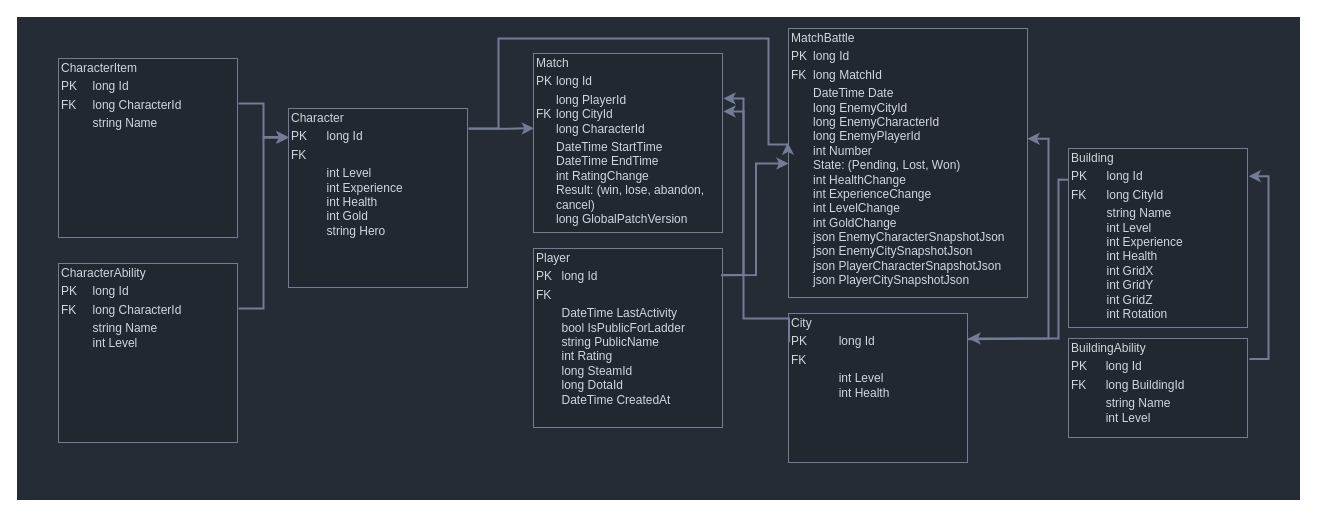
Earlier version of the draw.io diagram Documentation/db.drawio (roekws/PlayerService). Source tidied: cells renumbered, new cells numbered last; positions are measured from the earlier drawing's top-left corner, leaving out a move shared by most shapes. Both pictures are drawn from the tidied source at 100%, with x=0, y=0 at pixel (18, 18).
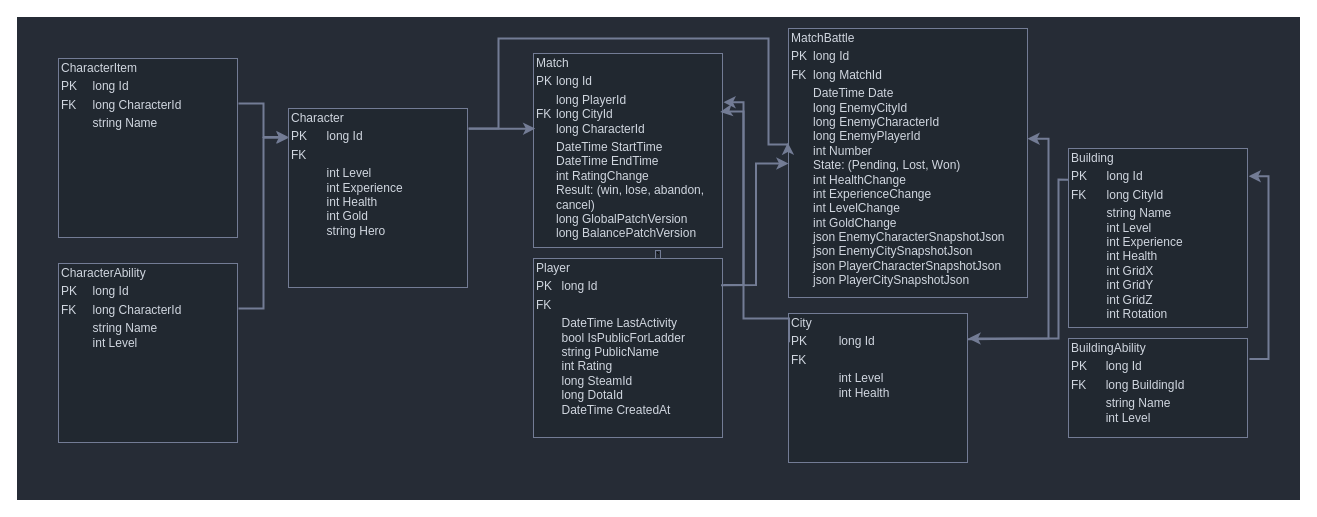
The same diagram, later.

Commit message (it also covers changes not shown here):
Added BalancePatchVersion to Match

Unchanged cells that the change refers to:
```xml
<mxCell id="6" value="&lt;div style=&quot;box-sizing: border-box; width: 100%; background-position: 0% 0%; background-repeat: repeat; background-attachment: scroll; background-image: none; background-size: auto; background-origin: padding-box; background-clip: border-box; padding: 2px;&quot;&gt;Character&lt;/div&gt;&lt;table style=&quot;width:100%;font-size:1em;&quot; cellpadding=&quot;2&quot; cellspacing=&quot;0&quot;&gt;&lt;tbody&gt;&lt;tr&gt;&lt;td&gt;PK&lt;/td&gt;&lt;td&gt;long Id&lt;/td&gt;&lt;/tr&gt;&lt;tr&gt;&lt;td&gt;FK&lt;/td&gt;&lt;td&gt;&lt;br&gt;&lt;/td&gt;&lt;/tr&gt;&lt;tr&gt;&lt;td&gt;&lt;br&gt;&lt;/td&gt;&lt;td&gt;int Level&lt;br&gt;int Experience&lt;br&gt;int Health&lt;br&gt;int Gold&lt;br&gt;string Hero&lt;/td&gt;&lt;/tr&gt;&lt;/tbody&gt;&lt;/table&gt;" style="verticalAlign=top;align=left;overflow=fill;html=1;whiteSpace=wrap;fontColor=#D1D7E0;labelBackgroundColor=#212830;labelBorderColor=#737C95;strokeColor=none;strokeWidth=2;fillColor=none;" parent="1" vertex="1">
  <mxGeometry x="270" y="90" width="180" height="180" as="geometry" />
</mxCell>
<mxCell id="11" value="&lt;div style=&quot;box-sizing: border-box; width: 100%; background-position: 0% 0%; background-repeat: repeat; background-attachment: scroll; background-image: none; background-size: auto; background-origin: padding-box; background-clip: border-box; padding: 2px;&quot;&gt;City&lt;/div&gt;&lt;table style=&quot;width:100%;font-size:1em;&quot; cellpadding=&quot;2&quot; cellspacing=&quot;0&quot;&gt;&lt;tbody&gt;&lt;tr&gt;&lt;td&gt;PK&lt;/td&gt;&lt;td&gt;long Id&lt;/td&gt;&lt;/tr&gt;&lt;tr&gt;&lt;td&gt;FK&lt;/td&gt;&lt;td&gt;&lt;br&gt;&lt;/td&gt;&lt;/tr&gt;&lt;tr&gt;&lt;td&gt;&lt;br&gt;&lt;/td&gt;&lt;td&gt;int Level&lt;br&gt;int Health&lt;/td&gt;&lt;/tr&gt;&lt;/tbody&gt;&lt;/table&gt;" style="verticalAlign=top;align=left;overflow=fill;html=1;whiteSpace=wrap;fontColor=#D1D7E0;labelBackgroundColor=#212830;labelBorderColor=#737C95;strokeColor=none;strokeWidth=2;fillColor=none;" parent="1" vertex="1">
  <mxGeometry x="770" y="295" width="180" height="150" as="geometry" />
</mxCell>
```

What changed in the source:
```diff
@@
     <mxCell id="3" value="&lt;div style=&quot;box-sizing: border-box; width: 100%; background-position: 0% 0%; background-repeat: repeat; background-attachment: scroll; background-image: none; background-size: auto; background-origin: padding-box; background-clip: border-box; padding: 2px;&quot;&gt;Player&lt;/div&gt;&lt;table style=&quot;width:100%;font-size:1em;&quot; cellpadding=&quot;2&quot; cellspacing=&quot;0&quot;&gt;&lt;tbody&gt;&lt;tr&gt;&lt;td&gt;PK&lt;/td&gt;&lt;td&gt;long Id&lt;/td&gt;&lt;/tr&gt;&lt;tr&gt;&lt;td&gt;FK&lt;/td&gt;&lt;td&gt;&lt;br&gt;&lt;/td&gt;&lt;/tr&gt;&lt;tr&gt;&lt;td&gt;&lt;br&gt;&lt;/td&gt;&lt;td&gt;DateTime LastActivity&lt;br&gt;bool IsPublicForLadder&lt;br&gt;string PublicName&lt;br&gt;int Rating&lt;br&gt;long SteamId&lt;br&gt;long DotaId&lt;br&gt;DateTime CreatedAt&lt;/td&gt;&lt;/tr&gt;&lt;/tbody&gt;&lt;/table&gt;" style="verticalAlign=top;align=left;overflow=fill;html=1;whiteSpace=wrap;fontColor=#D1D7E0;labelBackgroundColor=#212830;labelBorderColor=#737C95;strokeColor=none;strokeWidth=2;fillColor=none;" parent="1" vertex="1">
-      <mxGeometry x="515" y="230" width="190" height="180" as="geometry" />
+      <mxGeometry x="515" y="240" width="190" height="180" as="geometry" />
     </mxCell>
-    <mxCell id="4" value="&lt;div style=&quot;box-sizing: border-box; width: 100%; background-position: 0% 0%; background-repeat: repeat; background-attachment: scroll; background-image: none; background-size: auto; background-origin: padding-box; background-clip: border-box; padding: 2px;&quot;&gt;Match&lt;/div&gt;&lt;table style=&quot;width:100%;font-size:1em;&quot; cellpadding=&quot;2&quot; cellspacing=&quot;0&quot;&gt;&lt;tbody&gt;&lt;tr&gt;&lt;td&gt;PK&lt;/td&gt;&lt;td&gt;long Id&lt;/td&gt;&lt;/tr&gt;&lt;tr&gt;&lt;td&gt;FK&lt;/td&gt;&lt;td&gt;long PlayerId&lt;br&gt;long CityId&lt;br&gt;long CharacterId&lt;/td&gt;&lt;/tr&gt;&lt;tr&gt;&lt;td&gt;&lt;br&gt;&lt;/td&gt;&lt;td&gt;DateTime StartTime&lt;br&gt;DateTime EndTime&lt;br&gt;int RatingChange&lt;br&gt;Result: (win, lose, abandon, cancel)&lt;br&gt;long GlobalPatchVersion&lt;/td&gt;&lt;/tr&gt;&lt;/tbody&gt;&lt;/table&gt;" style="verticalAlign=top;align=left;overflow=fill;html=1;whiteSpace=wrap;fontColor=#D1D7E0;labelBackgroundColor=#212830;labelBorderColor=#737C95;strokeColor=none;strokeWidth=2;fillColor=none;" parent="1" vertex="1">
-      <mxGeometry x="515" y="35" width="190" height="180" as="geometry" />
+    <mxCell id="4" value="&lt;div style=&quot;box-sizing: border-box; width: 100%; background-position: 0% 0%; background-repeat: repeat; background-attachment: scroll; background-image: none; background-size: auto; background-origin: padding-box; background-clip: border-box; padding: 2px;&quot;&gt;Match&lt;/div&gt;&lt;table style=&quot;width:100%;font-size:1em;&quot; cellpadding=&quot;2&quot; cellspacing=&quot;0&quot;&gt;&lt;tbody&gt;&lt;tr&gt;&lt;td&gt;PK&lt;/td&gt;&lt;td&gt;long Id&lt;/td&gt;&lt;/tr&gt;&lt;tr&gt;&lt;td&gt;FK&lt;/td&gt;&lt;td&gt;long PlayerId&lt;br&gt;long CityId&lt;br&gt;long CharacterId&lt;/td&gt;&lt;/tr&gt;&lt;tr&gt;&lt;td&gt;&lt;br&gt;&lt;/td&gt;&lt;td&gt;DateTime StartTime&lt;br&gt;DateTime EndTime&lt;br&gt;int RatingChange&lt;br&gt;Result: (win, lose, abandon, cancel)&lt;br&gt;long GlobalPatchVersion&lt;br&gt;long BalancePatchVersion&lt;/td&gt;&lt;/tr&gt;&lt;/tbody&gt;&lt;/table&gt;" style="verticalAlign=top;align=left;overflow=fill;html=1;whiteSpace=wrap;fontColor=#D1D7E0;labelBackgroundColor=#212830;labelBorderColor=#737C95;strokeColor=none;strokeWidth=2;fillColor=none;" parent="1" vertex="1">
+      <mxGeometry x="515" y="35" width="190" height="195" as="geometry" />
     </mxCell>
@@
-    <mxCell id="14" style="edgeStyle=orthogonalEdgeStyle;rounded=0;jettySize=auto;html=1;entryX=0.002;entryY=0.415;entryDx=0;entryDy=0;entryPerimeter=0;fontColor=#D1D7E0;labelBackgroundColor=#212830;labelBorderColor=none;strokeColor=#737C95;strokeWidth=2;exitX=1.002;exitY=0.113;exitDx=0;exitDy=0;exitPerimeter=0;" parent="1" edge="1" source="6" target="4">
-      <mxGeometry relative="1" as="geometry" />
+    <mxCell id="14" style="edgeStyle=orthogonalEdgeStyle;rounded=0;jettySize=auto;html=1;entryX=0.009;entryY=0.385;entryDx=0;entryDy=0;entryPerimeter=0;fontColor=#D1D7E0;labelBackgroundColor=#212830;labelBorderColor=none;strokeColor=#737C95;strokeWidth=2;exitX=1.002;exitY=0.113;exitDx=0;exitDy=0;exitPerimeter=0;" parent="1" edge="1" source="6" target="4">
+      <mxGeometry relative="1" as="geometry">
+        <Array as="points">
+          <mxPoint x="483" y="110" />
+        </Array>
+      </mxGeometry>
     </mxCell>
@@
-    <mxCell id="16" style="edgeStyle=orthogonalEdgeStyle;rounded=0;jettySize=auto;html=1;entryX=1;entryY=0.322;entryDx=0;entryDy=0;fontColor=#D1D7E0;labelBackgroundColor=#212830;labelBorderColor=none;strokeColor=#737C95;strokeWidth=2;entryPerimeter=0;exitX=0.003;exitY=0.192;exitDx=0;exitDy=0;exitPerimeter=0;" parent="1" edge="1" source="11" target="4">
+    <mxCell id="16" style="edgeStyle=orthogonalEdgeStyle;rounded=0;jettySize=auto;html=1;entryX=0.983;entryY=0.3;entryDx=0;entryDy=0;fontColor=#D1D7E0;labelBackgroundColor=#212830;labelBorderColor=none;strokeColor=#737C95;strokeWidth=2;entryPerimeter=0;exitX=0.003;exitY=0.192;exitDx=0;exitDy=0;exitPerimeter=0;" parent="1" edge="1" source="11" target="4">
       <mxGeometry relative="1" as="geometry">
         <Array as="points">
           <mxPoint x="771" y="300" />
           <mxPoint x="725" y="300" />
           <mxPoint x="725" y="93" />
+          <mxPoint x="705" y="93" />
         </Array>
       </mxGeometry>
     </mxCell>
```
